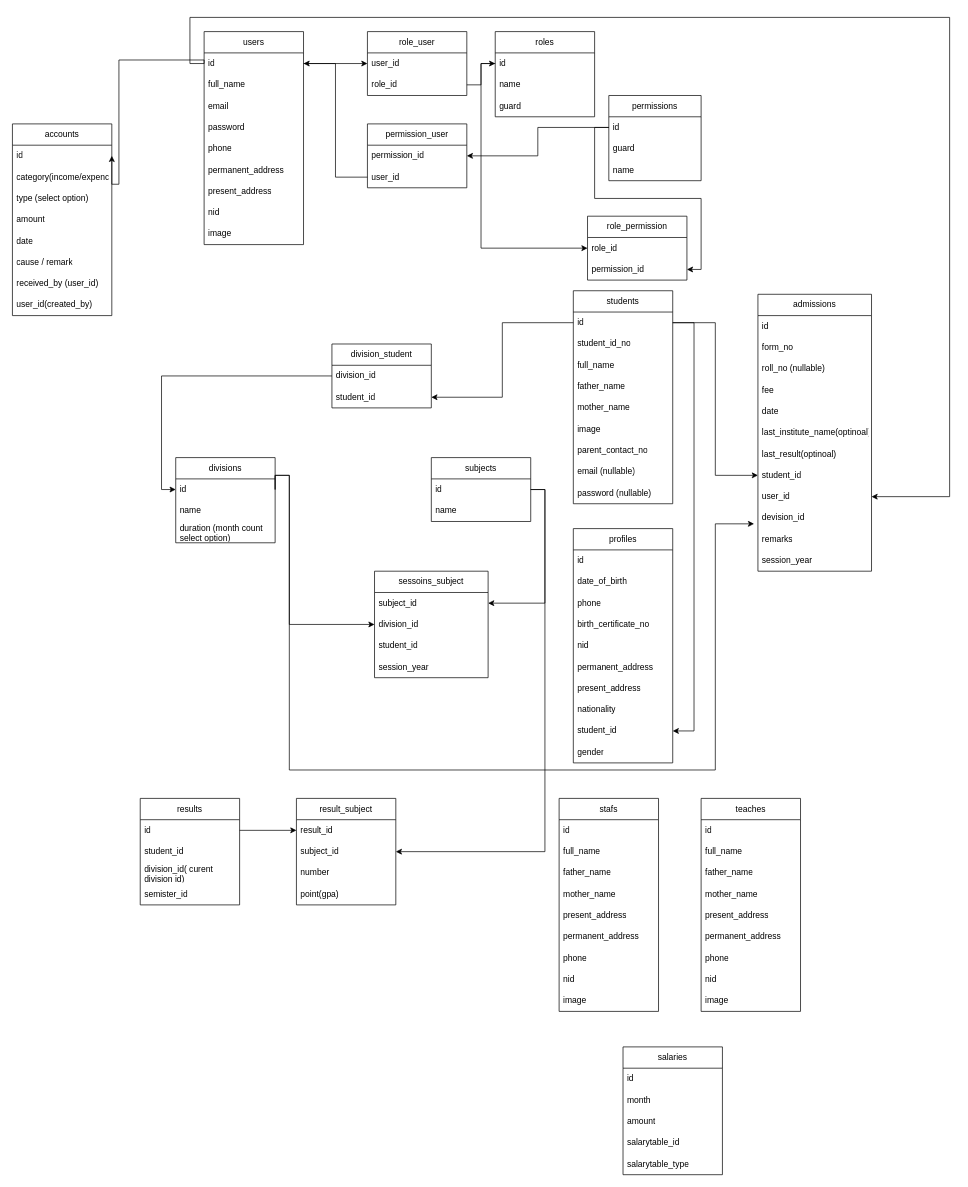
asifmics/javascript keeps this draw.io diagram as Untitled Diagram.drawio. Above is the earlier version. Source tidied: cells renumbered, new cells numbered last; positions are measured from the earlier drawing's top-left corner, leaving out a move shared by most shapes. Both pictures are drawn from the tidied source at 71%, with x=0, y=0 at pixel (12, 17).
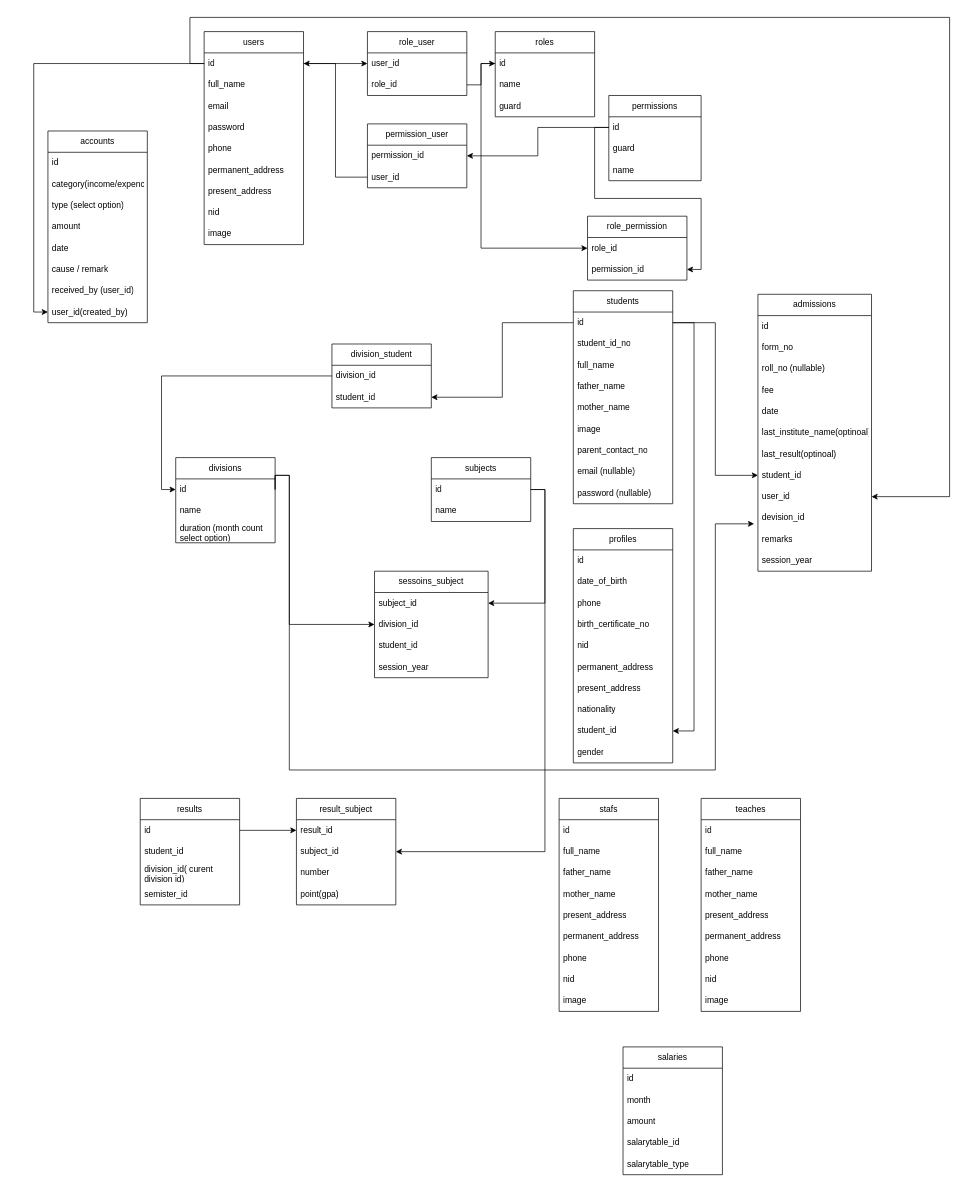
The same diagram, later.

The change refers to these unchanged cells:
```xml
<mxCell id="3" value="id" style="text;strokeColor=none;fillColor=none;align=left;verticalAlign=middle;spacingLeft=4;spacingRight=4;overflow=hidden;points=[[0,0.5],[1,0.5]];portConstraint=eastwest;whiteSpace=wrap;html=1;" parent="2" vertex="1">
  <mxGeometry y="30" width="140" height="30" as="geometry" />
</mxCell>
<mxCell id="79" value="id" style="text;strokeColor=none;fillColor=none;align=left;verticalAlign=middle;spacingLeft=4;spacingRight=4;overflow=hidden;points=[[0,0.5],[1,0.5]];portConstraint=eastwest;whiteSpace=wrap;html=1;" parent="78" vertex="1">
  <mxGeometry y="30" width="140" height="30" as="geometry" />
</mxCell>
<mxCell id="86" value="user_id(created_by)" style="text;strokeColor=none;fillColor=none;align=left;verticalAlign=middle;spacingLeft=4;spacingRight=4;overflow=hidden;points=[[0,0.5],[1,0.5]];portConstraint=eastwest;whiteSpace=wrap;html=1;" parent="78" vertex="1">
  <mxGeometry y="240" width="140" height="30" as="geometry" />
</mxCell>
```

What changed in the source:
```diff
@@
     <mxCell id="78" value="accounts" style="swimlane;fontStyle=0;horizontal=1;startSize=30;whiteSpace=wrap;html=1;" parent="1" vertex="1">
-      <mxGeometry y="150" width="140" height="270" as="geometry" />
+      <mxGeometry x="50" y="160" width="140" height="270" as="geometry" />
     </mxCell>
@@
-    <mxCell id="87" style="edgeStyle=orthogonalEdgeStyle;rounded=0;jettySize=auto;html=1;exitX=0;exitY=0.5;exitDx=0;exitDy=0;entryX=1;entryY=0.5;entryDx=0;entryDy=0;" parent="1" edge="1" source="3" target="79">
-      <mxGeometry relative="1" as="geometry">
-        <Array as="points">
-          <mxPoint x="270" y="60" />
-          <mxPoint x="150" y="60" />
-          <mxPoint x="150" y="235" />
-        </Array>
-      </mxGeometry>
-    </mxCell>
@@
+    <mxCell id="140" style="edgeStyle=orthogonalEdgeStyle;rounded=0;jettySize=auto;html=1;exitX=0;exitY=0.5;exitDx=0;exitDy=0;entryX=0;entryY=0.5;entryDx=0;entryDy=0;" parent="1" edge="1" source="3" target="86">
+      <mxGeometry relative="1" as="geometry" />
+    </mxCell>
```
